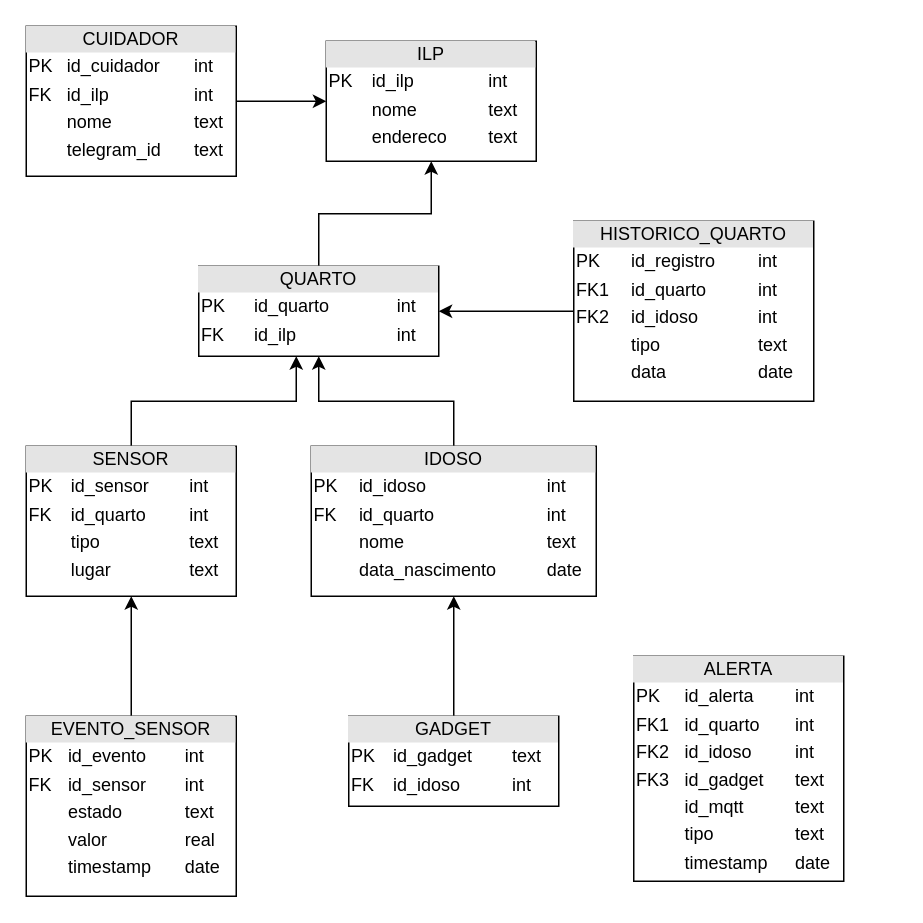
This is page "Entidade Relacional" (1 of 2) of diagrama_entidades.drawio from HenriqueSantiagoUSP/Tarefa-Python-SQL, a draw.io file, before an edit. Source tidied: cells renumbered, new cells numbered last; positions are measured from the earlier drawing's top-left corner, leaving out a move shared by most shapes. Both pictures are drawn from the tidied source at 150%, with x=0, y=0 at pixel (26, 26).
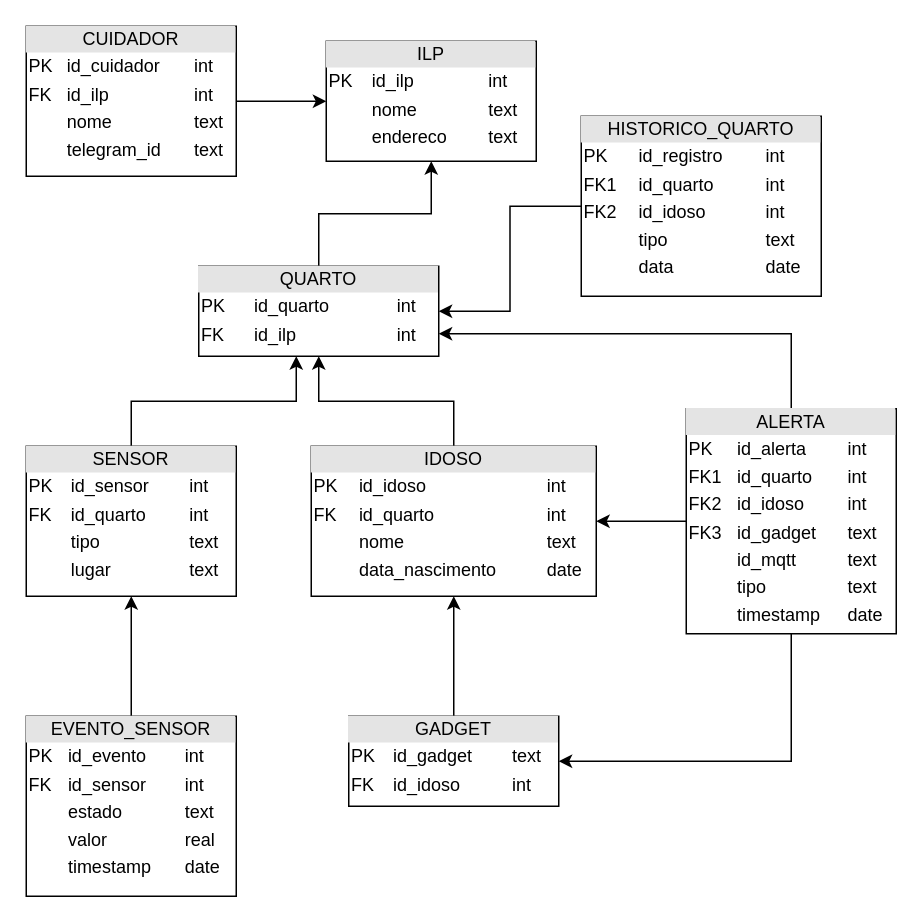
Above is the later version.

Commit message (it also covers changes not shown here):
Add Diagrama Relacional

The change refers to these unchanged cells:
```xml
<mxCell id="3" value="&lt;div style=&quot;text-align: center; box-sizing: border-box; width: 100%; background: rgb(228, 228, 228); padding: 2px;&quot;&gt;IDOSO&lt;/div&gt;&lt;table style=&quot;width:100%;font-size:1em;&quot; cellpadding=&quot;2&quot; cellspacing=&quot;0&quot;&gt;&lt;tbody&gt;&lt;tr&gt;&lt;td style=&quot;&quot;&gt;PK&lt;/td&gt;&lt;td&gt;&lt;br&gt;&lt;/td&gt;&lt;td style=&quot;&quot;&gt;id_idoso&lt;/td&gt;&lt;td&gt;&lt;br&gt;&lt;/td&gt;&lt;td style=&quot;&quot;&gt;int&lt;/td&gt;&lt;/tr&gt;&lt;tr&gt;&lt;td style=&quot;&quot;&gt;FK&lt;/td&gt;&lt;td&gt;&lt;br&gt;&lt;/td&gt;&lt;td style=&quot;&quot;&gt;id_quarto&lt;/td&gt;&lt;td&gt;&lt;br&gt;&lt;/td&gt;&lt;td style=&quot;&quot;&gt;int&lt;/td&gt;&lt;/tr&gt;&lt;tr&gt;&lt;td&gt;&lt;/td&gt;&lt;td&gt;&lt;br&gt;&lt;/td&gt;&lt;td&gt;nome&lt;br&gt;&lt;/td&gt;&lt;td&gt;&lt;br&gt;&lt;/td&gt;&lt;td&gt;text&lt;/td&gt;&lt;/tr&gt;&lt;tr&gt;&lt;td&gt;&lt;br&gt;&lt;/td&gt;&lt;td&gt;&lt;br&gt;&lt;/td&gt;&lt;td&gt;data_nascimento&lt;/td&gt;&lt;td&gt;&lt;br&gt;&lt;/td&gt;&lt;td&gt;date&lt;/td&gt;&lt;/tr&gt;&lt;/tbody&gt;&lt;/table&gt;" style="verticalAlign=top;align=left;overflow=fill;html=1;whiteSpace=wrap;labelBorderColor=none;miterlimit=4;" parent="1" vertex="1">
  <mxGeometry x="190" y="280" width="190" height="100" as="geometry" />
</mxCell>
<mxCell id="5" value="&lt;div style=&quot;text-align: center; box-sizing: border-box; width: 100%; background: rgb(228, 228, 228); padding: 2px;&quot;&gt;QUARTO&lt;/div&gt;&lt;table style=&quot;width:100%;font-size:1em;&quot; cellpadding=&quot;2&quot; cellspacing=&quot;0&quot;&gt;&lt;tbody&gt;&lt;tr&gt;&lt;td&gt;PK&lt;/td&gt;&lt;td&gt;id_quarto&lt;/td&gt;&lt;td&gt;int&lt;/td&gt;&lt;/tr&gt;&lt;tr&gt;&lt;td&gt;FK&lt;/td&gt;&lt;td&gt;id_ilp&lt;/td&gt;&lt;td&gt;int&lt;/td&gt;&lt;/tr&gt;&lt;/tbody&gt;&lt;/table&gt;" style="verticalAlign=top;align=left;overflow=fill;html=1;whiteSpace=wrap;labelBorderColor=none;" parent="1" vertex="1">
  <mxGeometry x="115" y="160" width="160" height="60" as="geometry" />
</mxCell>
<mxCell id="7" value="&lt;div style=&quot;text-align: center; box-sizing: border-box; width: 100%; background: rgb(228, 228, 228); padding: 2px;&quot;&gt;GADGET&lt;/div&gt;&lt;table style=&quot;width:100%;font-size:1em;&quot; cellpadding=&quot;2&quot; cellspacing=&quot;0&quot;&gt;&lt;tbody&gt;&lt;tr&gt;&lt;td&gt;PK&lt;/td&gt;&lt;td&gt;id_gadget&lt;/td&gt;&lt;td&gt;text&lt;/td&gt;&lt;/tr&gt;&lt;tr&gt;&lt;td&gt;FK&lt;/td&gt;&lt;td&gt;id_idoso&lt;/td&gt;&lt;td&gt;int&lt;/td&gt;&lt;/tr&gt;&lt;/tbody&gt;&lt;/table&gt;" style="verticalAlign=top;align=left;overflow=fill;html=1;whiteSpace=wrap;labelBorderColor=none;" parent="1" vertex="1">
  <mxGeometry x="215" y="460" width="140" height="60" as="geometry" />
</mxCell>
```

What changed in the source:
```diff
@@
+    <mxCell id="18" style="edgeStyle=orthogonalEdgeStyle;rounded=0;jettySize=auto;html=1;exitX=0.5;exitY=0;exitDx=0;exitDy=0;entryX=1;entryY=0.75;entryDx=0;entryDy=0;defaultLabelBackgroundColor=page;" parent="1" edge="1" source="10" target="5">
+      <mxGeometry relative="1" as="geometry" />
+    </mxCell>
+    <mxCell id="19" style="edgeStyle=orthogonalEdgeStyle;rounded=0;jettySize=auto;html=1;exitX=0;exitY=0.5;exitDx=0;exitDy=0;defaultLabelBackgroundColor=page;" parent="1" edge="1" source="10" target="3">
+      <mxGeometry relative="1" as="geometry" />
+    </mxCell>
+    <mxCell id="20" style="edgeStyle=orthogonalEdgeStyle;rounded=0;jettySize=auto;html=1;exitX=0.5;exitY=1;exitDx=0;exitDy=0;defaultLabelBackgroundColor=page;" parent="1" edge="1" source="10" target="7">
+      <mxGeometry relative="1" as="geometry">
+        <Array as="points">
+          <mxPoint x="510" y="490" />
+        </Array>
+      </mxGeometry>
+    </mxCell>
     <mxCell id="10" value="&lt;div style=&quot;text-align: center; box-sizing: border-box; width: 100%; background: rgb(228, 228, 228); padding: 2px;&quot;&gt;ALERTA&lt;/div&gt;&lt;table style=&quot;width:100%;font-size:1em;&quot; cellpadding=&quot;2&quot; cellspacing=&quot;0&quot;&gt;&lt;tbody&gt;&lt;tr&gt;&lt;td&gt;PK&lt;/td&gt;&lt;td&gt;id_alerta&lt;/td&gt;&lt;td&gt;int&lt;/td&gt;&lt;/tr&gt;&lt;tr&gt;&lt;td&gt;FK1&lt;/td&gt;&lt;td&gt;id_quarto&lt;/td&gt;&lt;td&gt;int&lt;/td&gt;&lt;/tr&gt;&lt;tr&gt;&lt;td&gt;FK2&lt;/td&gt;&lt;td&gt;id_idoso&lt;/td&gt;&lt;td&gt;int&lt;/td&gt;&lt;/tr&gt;&lt;tr&gt;&lt;td&gt;FK3&lt;/td&gt;&lt;td&gt;id_gadget&lt;/td&gt;&lt;td&gt;text&lt;/td&gt;&lt;/tr&gt;&lt;tr&gt;&lt;td&gt;&lt;br&gt;&lt;/td&gt;&lt;td&gt;id_mqtt&lt;/td&gt;&lt;td&gt;text&lt;/td&gt;&lt;/tr&gt;&lt;tr&gt;&lt;td&gt;&lt;br&gt;&lt;/td&gt;&lt;td&gt;tipo&lt;/td&gt;&lt;td&gt;text&lt;/td&gt;&lt;/tr&gt;&lt;tr&gt;&lt;td&gt;&lt;br&gt;&lt;/td&gt;&lt;td&gt;timestamp&lt;/td&gt;&lt;td&gt;date&lt;/td&gt;&lt;/tr&gt;&lt;/tbody&gt;&lt;/table&gt;" style="verticalAlign=top;align=left;overflow=fill;html=1;whiteSpace=wrap;labelBorderColor=none;" parent="1" vertex="1">
-      <mxGeometry x="405" y="420" width="140" height="150" as="geometry" />
+      <mxGeometry x="440" y="255" width="140" height="150" as="geometry" />
     </mxCell>
@@
     <mxCell id="17" value="&lt;div style=&quot;text-align: center; box-sizing: border-box; width: 100%; background: rgb(228, 228, 228); padding: 2px;&quot;&gt;HISTORICO_QUARTO&lt;/div&gt;&lt;table style=&quot;width:100%;font-size:1em;&quot; cellpadding=&quot;2&quot; cellspacing=&quot;0&quot;&gt;&lt;tbody&gt;&lt;tr&gt;&lt;td&gt;PK&lt;/td&gt;&lt;td&gt;id_registro&lt;/td&gt;&lt;td&gt;int&lt;/td&gt;&lt;/tr&gt;&lt;tr&gt;&lt;td&gt;FK1&lt;/td&gt;&lt;td&gt;id_quarto&lt;/td&gt;&lt;td&gt;int&lt;/td&gt;&lt;/tr&gt;&lt;tr&gt;&lt;td&gt;FK2&lt;/td&gt;&lt;td&gt;id_idoso&lt;/td&gt;&lt;td&gt;int&lt;/td&gt;&lt;/tr&gt;&lt;tr&gt;&lt;td&gt;&lt;br&gt;&lt;/td&gt;&lt;td&gt;tipo&lt;/td&gt;&lt;td&gt;text&lt;/td&gt;&lt;/tr&gt;&lt;tr&gt;&lt;td&gt;&lt;br&gt;&lt;/td&gt;&lt;td&gt;data&lt;/td&gt;&lt;td&gt;date&lt;/td&gt;&lt;/tr&gt;&lt;/tbody&gt;&lt;/table&gt;" style="verticalAlign=top;align=left;overflow=fill;html=1;whiteSpace=wrap;labelBorderColor=none;" parent="1" vertex="1">
-      <mxGeometry x="365" y="130" width="160" height="120" as="geometry" />
+      <mxGeometry x="370" y="60" width="160" height="120" as="geometry" />
     </mxCell>
```
